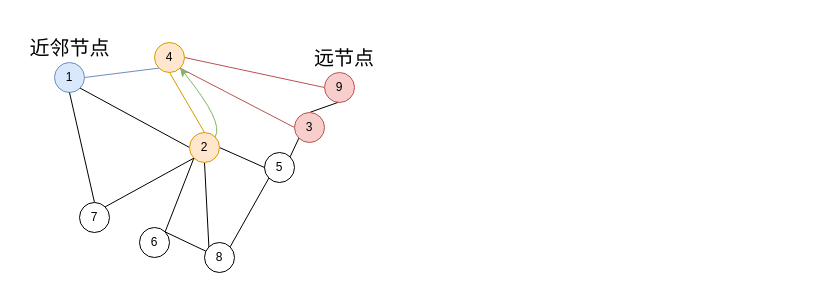
zjtone/RL-Note keeps this draw.io diagram as page "第 2 页" (2 of 2) of 未命名表单.drawio. Above is the earlier version. Source tidied: cells renumbered, new cells numbered last; positions are measured from the earlier drawing's top-left corner, leaving out a move shared by most shapes. Both pictures are drawn from the tidied source at 100%, with x=0, y=0 at pixel (16, 37).
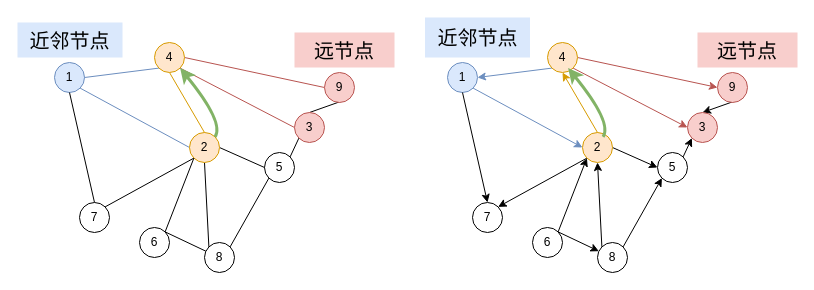
Above is the later version.

Commit message:
更新未命名表单.drawio

Unchanged cells that the change refers to:
```xml
<mxCell id="2" value="1" style="ellipse;whiteSpace=wrap;html=1;fillColor=#dae8fc;strokeColor=#6c8ebf;" parent="1" vertex="1">
  <mxGeometry x="38" y="25" width="30" height="30" as="geometry" />
</mxCell>
<mxCell id="11" value="2" style="ellipse;whiteSpace=wrap;html=1;fillColor=#ffe6cc;strokeColor=#d79b00;" parent="1" vertex="1">
  <mxGeometry x="173" y="95" width="30" height="30" as="geometry" />
</mxCell>
<mxCell id="16" value="4" style="ellipse;whiteSpace=wrap;html=1;fillColor=#ffe6cc;strokeColor=#d79b00;" parent="1" vertex="1">
  <mxGeometry x="138" y="5" width="30" height="30" as="geometry" />
</mxCell>
```

What changed in the source:
```diff
@@
-    <mxCell id="7" style="rounded=0;jettySize=auto;html=1;entryX=1;entryY=1;entryDx=0;entryDy=0;endArrow=none;endFill=0;exitX=0;exitY=0.5;exitDx=0;exitDy=0;" parent="1" edge="1" source="11" target="2">
+    <mxCell id="7" style="rounded=0;jettySize=auto;html=1;entryX=1;entryY=1;entryDx=0;entryDy=0;endArrow=none;endFill=0;exitX=0;exitY=0.5;exitDx=0;exitDy=0;fillColor=#dae8fc;strokeColor=#6c8ebf;" parent="1" edge="1" source="11" target="2">
       <mxGeometry relative="1" as="geometry" />
     </mxCell>
@@
-    <mxCell id="25" style="curved=1;endArrow=classic;html=1;entryX=1;entryY=1;entryDx=0;entryDy=0;exitX=1;exitY=0;exitDx=0;exitDy=0;fillColor=#d5e8d4;strokeColor=#82b366;" parent="1" edge="1" source="11" target="16">
+    <mxCell id="25" style="curved=1;endArrow=classic;html=1;entryX=1;entryY=1;entryDx=0;entryDy=0;exitX=1;exitY=0;exitDx=0;exitDy=0;fillColor=#d5e8d4;strokeColor=#82b366;strokeWidth=3;" parent="1" edge="1" source="11" target="16">
       <mxGeometry relative="1" as="geometry">
         <Array as="points">
           <mxPoint x="208" y="85" />
         </Array>
       </mxGeometry>
     </mxCell>
-    <mxCell id="26" value="近邻节点" style="text;html=1;strokeColor=none;fillColor=none;align=center;verticalAlign=middle;whiteSpace=wrap;rounded=0;strokeWidth=1;fontSize=20;" parent="1" vertex="1">
-      <mxGeometry x="0.5" width="105" height="20" as="geometry" />
+    <mxCell id="26" value="近邻节点" style="text;html=1;strokeColor=none;fillColor=#dae8fc;align=center;verticalAlign=middle;whiteSpace=wrap;rounded=0;strokeWidth=1;fontSize=20;" parent="1" vertex="1">
+      <mxGeometry x="1" y="-15" width="105" height="35" as="geometry" />
     </mxCell>
-    <mxCell id="27" value="远节点" style="text;html=1;strokeColor=none;fillColor=none;align=center;verticalAlign=middle;whiteSpace=wrap;rounded=0;strokeWidth=1;fontSize=20;" parent="1" vertex="1">
-      <mxGeometry x="278" y="10" width="100" height="20" as="geometry" />
+    <mxCell id="27" value="远节点" style="text;html=1;strokeColor=none;fillColor=#f8cecc;align=center;verticalAlign=middle;whiteSpace=wrap;rounded=0;strokeWidth=1;fontSize=20;" parent="1" vertex="1">
+      <mxGeometry x="278" y="-5" width="100" height="35" as="geometry" />
     </mxCell>
+    <mxCell id="28" value="1" style="ellipse;whiteSpace=wrap;html=1;fillColor=#dae8fc;strokeColor=#6c8ebf;" parent="1" vertex="1">
+      <mxGeometry x="431" y="25" width="30" height="30" as="geometry" />
+    </mxCell>
+    <mxCell id="29" style="edgeStyle=none;rounded=0;jettySize=auto;html=1;exitX=0;exitY=1;exitDx=0;exitDy=0;entryX=1;entryY=0;entryDx=0;entryDy=0;endArrow=none;endFill=0;startArrow=classic;startFill=1;" parent="1" edge="1" source="30" target="43">
+      <mxGeometry relative="1" as="geometry" />
+    </mxCell>
+    <mxCell id="30" value="5" style="ellipse;whiteSpace=wrap;html=1;" parent="1" vertex="1">
+      <mxGeometry x="641" y="115" width="30" height="30" as="geometry" />
+    </mxCell>
+    <mxCell id="31" style="edgeStyle=none;rounded=0;jettySize=auto;html=1;exitX=0.5;exitY=0;exitDx=0;exitDy=0;entryX=0.5;entryY=1;entryDx=0;entryDy=0;endArrow=none;endFill=0;startArrow=classic;startFill=1;" parent="1" edge="1" source="32" target="28">
+      <mxGeometry relative="1" as="geometry" />
+    </mxCell>
+    <mxCell id="32" value="7" style="ellipse;whiteSpace=wrap;html=1;" parent="1" vertex="1">
+      <mxGeometry x="456" y="165" width="30" height="30" as="geometry" />
+    </mxCell>
+    <mxCell id="33" style="rounded=0;jettySize=auto;html=1;entryX=1;entryY=1;entryDx=0;entryDy=0;endArrow=none;endFill=0;exitX=0;exitY=0.5;exitDx=0;exitDy=0;startArrow=classic;startFill=1;fillColor=#dae8fc;strokeColor=#6c8ebf;" parent="1" edge="1" source="37" target="28">
+      <mxGeometry relative="1" as="geometry" />
+    </mxCell>
+    <mxCell id="34" style="edgeStyle=none;rounded=0;jettySize=auto;html=1;exitX=1;exitY=0.5;exitDx=0;exitDy=0;entryX=0;entryY=0.5;entryDx=0;entryDy=0;endArrow=classic;endFill=1;startArrow=none;startFill=0;" parent="1" edge="1" source="37" target="30">
+      <mxGeometry relative="1" as="geometry" />
+    </mxCell>
+    <mxCell id="35" style="edgeStyle=none;rounded=0;jettySize=auto;html=1;exitX=0.5;exitY=1;exitDx=0;exitDy=0;entryX=0;entryY=0;entryDx=0;entryDy=0;endArrow=none;endFill=0;startArrow=classic;startFill=1;" parent="1" edge="1" source="37" target="43">
+      <mxGeometry relative="1" as="geometry" />
+    </mxCell>
+    <mxCell id="36" style="edgeStyle=none;rounded=0;jettySize=auto;html=1;exitX=0;exitY=1;exitDx=0;exitDy=0;entryX=1;entryY=0;entryDx=0;entryDy=0;endArrow=classic;endFill=1;startArrow=none;startFill=0;" parent="1" edge="1" source="37" target="32">
+      <mxGeometry relative="1" as="geometry" />
+    </mxCell>
+    <mxCell id="37" value="2" style="ellipse;whiteSpace=wrap;html=1;fillColor=#ffe6cc;strokeColor=#d79b00;" parent="1" vertex="1">
+      <mxGeometry x="566" y="95" width="30" height="30" as="geometry" />
+    </mxCell>
+    <mxCell id="38" style="edgeStyle=none;rounded=0;jettySize=auto;html=1;exitX=0;exitY=1;exitDx=0;exitDy=0;entryX=1;entryY=0.5;entryDx=0;entryDy=0;endArrow=classic;endFill=1;startArrow=none;startFill=0;fillColor=#dae8fc;strokeColor=#6c8ebf;" parent="1" edge="1" source="42" target="28">
+      <mxGeometry relative="1" as="geometry" />
+    </mxCell>
+    <mxCell id="39" style="edgeStyle=none;rounded=0;jettySize=auto;html=1;exitX=1;exitY=1;exitDx=0;exitDy=0;entryX=0;entryY=0.5;entryDx=0;entryDy=0;endArrow=classic;endFill=1;fillColor=#f8cecc;strokeColor=#b85450;" parent="1" edge="1" source="42" target="47">
+      <mxGeometry relative="1" as="geometry" />
+    </mxCell>
+    <mxCell id="40" style="edgeStyle=none;rounded=0;jettySize=auto;html=1;exitX=1;exitY=0.5;exitDx=0;exitDy=0;entryX=0;entryY=0.5;entryDx=0;entryDy=0;endArrow=classic;endFill=1;startArrow=none;startFill=0;fillColor=#f8cecc;strokeColor=#b85450;" parent="1" edge="1" source="42" target="45">
+      <mxGeometry relative="1" as="geometry" />
+    </mxCell>
+    <mxCell id="41" style="edgeStyle=none;rounded=0;jettySize=auto;html=1;exitX=0.5;exitY=1;exitDx=0;exitDy=0;entryX=0.5;entryY=0;entryDx=0;entryDy=0;endArrow=none;endFill=0;startArrow=classic;startFill=1;fillColor=#ffe6cc;strokeColor=#d79b00;" parent="1" edge="1" source="42" target="37">
+      <mxGeometry relative="1" as="geometry" />
+    </mxCell>
+    <mxCell id="42" value="4" style="ellipse;whiteSpace=wrap;html=1;fillColor=#ffe6cc;strokeColor=#d79b00;" parent="1" vertex="1">
+      <mxGeometry x="531" y="5" width="30" height="30" as="geometry" />
+    </mxCell>
+    <mxCell id="43" value="8" style="ellipse;whiteSpace=wrap;html=1;" parent="1" vertex="1">
+      <mxGeometry x="581" y="205" width="30" height="30" as="geometry" />
+    </mxCell>
+    <mxCell id="44" style="edgeStyle=none;rounded=0;jettySize=auto;html=1;exitX=1;exitY=1;exitDx=0;exitDy=0;endArrow=classic;endFill=1;entryX=0.5;entryY=0;entryDx=0;entryDy=0;" parent="1" edge="1" source="45" target="47">
+      <mxGeometry relative="1" as="geometry" />
+    </mxCell>
+    <mxCell id="45" value="9" style="ellipse;whiteSpace=wrap;html=1;fillColor=#f8cecc;strokeColor=#b85450;" parent="1" vertex="1">
+      <mxGeometry x="701" y="35" width="30" height="30" as="geometry" />
+    </mxCell>
+    <mxCell id="46" style="edgeStyle=none;rounded=0;jettySize=auto;html=1;exitX=0;exitY=1;exitDx=0;exitDy=0;entryX=1;entryY=0;entryDx=0;entryDy=0;endArrow=none;endFill=0;startArrow=classic;startFill=1;" parent="1" edge="1" source="47" target="30">
+      <mxGeometry relative="1" as="geometry" />
+    </mxCell>
+    <mxCell id="47" value="3" style="ellipse;whiteSpace=wrap;html=1;fillColor=#f8cecc;strokeColor=#b85450;" parent="1" vertex="1">
+      <mxGeometry x="671" y="75" width="30" height="30" as="geometry" />
+    </mxCell>
+    <mxCell id="48" style="edgeStyle=none;rounded=0;jettySize=auto;html=1;exitX=1;exitY=0;exitDx=0;exitDy=0;endArrow=classic;endFill=1;" parent="1" edge="1" source="50" target="43">
+      <mxGeometry relative="1" as="geometry" />
+    </mxCell>
+    <mxCell id="49" style="edgeStyle=none;rounded=0;jettySize=auto;html=1;exitX=1;exitY=0;exitDx=0;exitDy=0;entryX=0;entryY=1;entryDx=0;entryDy=0;endArrow=classic;endFill=1;" parent="1" edge="1" source="50" target="37">
+      <mxGeometry relative="1" as="geometry" />
+    </mxCell>
+    <mxCell id="50" value="6" style="ellipse;whiteSpace=wrap;html=1;" parent="1" vertex="1">
+      <mxGeometry x="516" y="190" width="30" height="30" as="geometry" />
+    </mxCell>
+    <mxCell id="51" style="curved=1;endArrow=classic;html=1;entryX=1;entryY=1;entryDx=0;entryDy=0;exitX=1;exitY=0;exitDx=0;exitDy=0;fillColor=#d5e8d4;strokeColor=#82b366;strokeWidth=3;" parent="1" edge="1">
+      <mxGeometry relative="1" as="geometry">
+        <mxPoint x="586.6" y="99.4" as="sourcePoint" />
+        <mxPoint x="551.6" y="30.6" as="targetPoint" />
+        <Array as="points">
+          <mxPoint x="596" y="85" />
+        </Array>
+      </mxGeometry>
+    </mxCell>
+    <mxCell id="52" value="近邻节点" style="text;html=1;strokeColor=none;fillColor=#dae8fc;align=center;verticalAlign=middle;whiteSpace=wrap;rounded=0;strokeWidth=1;fontSize=20;" parent="1" vertex="1">
+      <mxGeometry x="408.5" y="-20" width="105" height="40" as="geometry" />
+    </mxCell>
+    <mxCell id="53" value="远节点" style="text;html=1;strokeColor=none;fillColor=#f8cecc;align=center;verticalAlign=middle;whiteSpace=wrap;rounded=0;strokeWidth=1;fontSize=20;" parent="1" vertex="1">
+      <mxGeometry x="681" y="-5" width="100" height="35" as="geometry" />
+    </mxCell>
```
